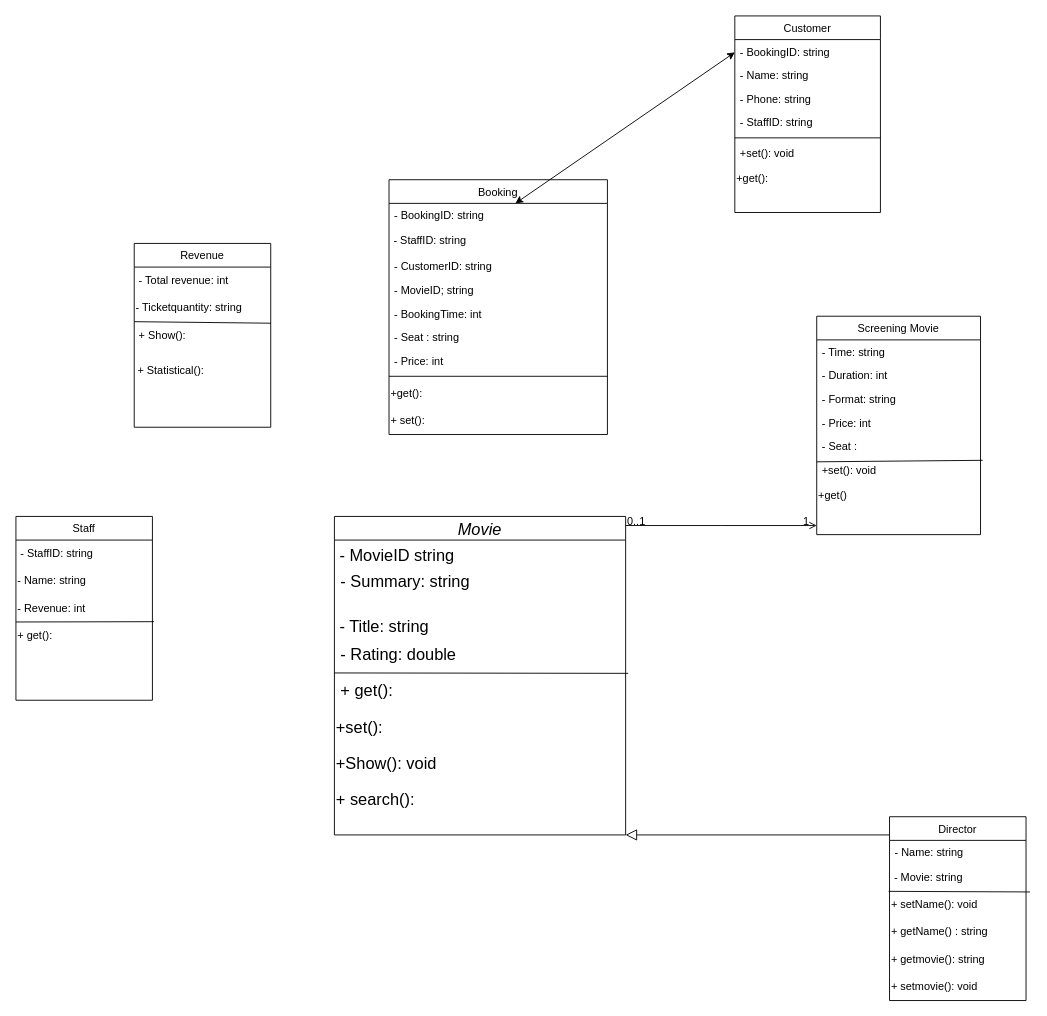
The draw.io diagram class_diagram.drawio in hoangluu18/PBL2_DUT, before the edit. Source tidied: cells renumbered, new cells numbered last; positions are measured from the earlier drawing's top-left corner, leaving out a move shared by most shapes. Both pictures are drawn from the tidied source at 91%, with x=0, y=0 at pixel (15, 15).
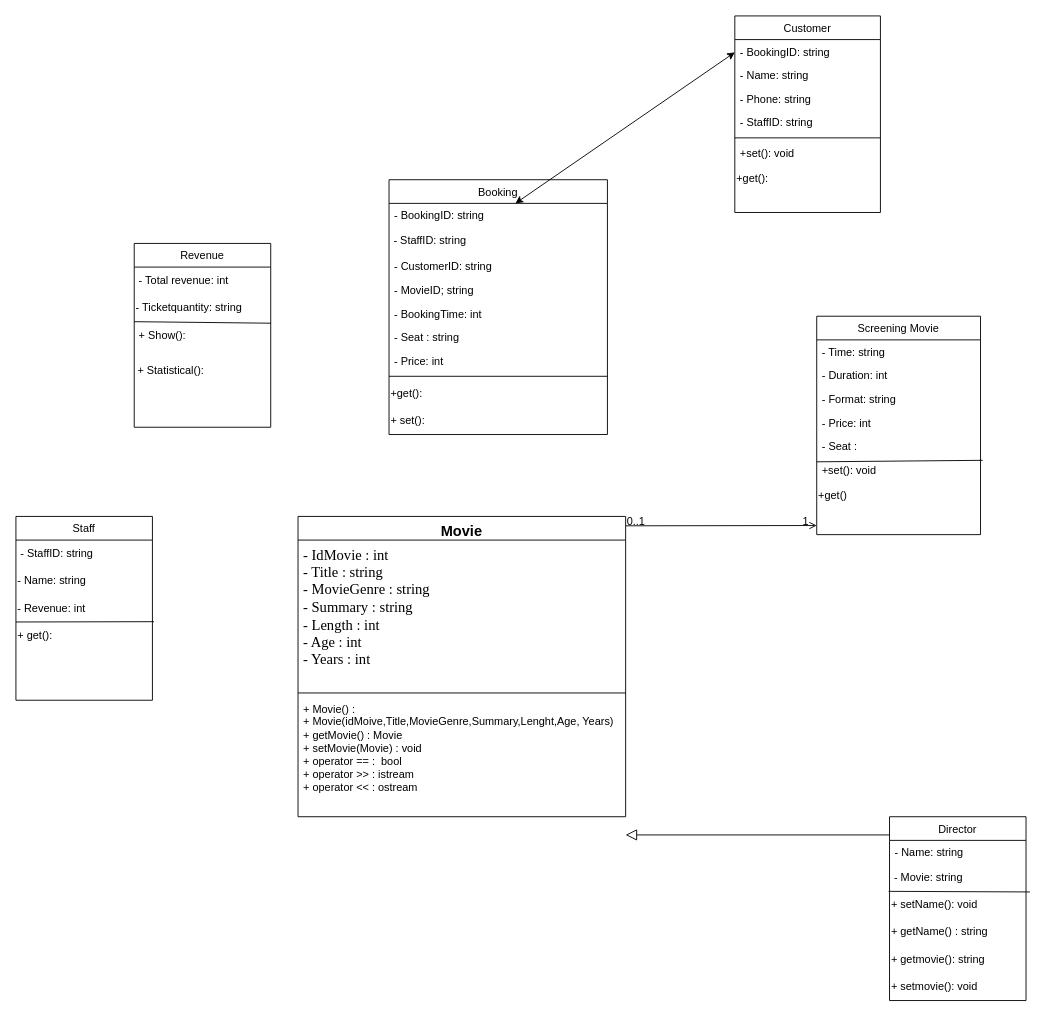
The same page after the edit.

Unchanged cells that the change refers to:
```xml
<mxCell id="12" value="Director" style="swimlane;fontStyle=0;align=center;verticalAlign=top;horizontal=1;startSize=26;rounded=0;shadow=0;strokeWidth=1;" parent="1" vertex="1">
  <mxGeometry x="960" y="880" width="150" height="202" as="geometry" />
</mxCell>
<mxCell id="21" value="Screening Movie" style="swimlane;fontStyle=0;align=center;verticalAlign=top;horizontal=1;startSize=26;rounded=0;shadow=0;strokeWidth=1;" parent="1" vertex="1">
  <mxGeometry x="880" y="330" width="180" height="240" as="geometry" />
</mxCell>
```

Change to the diagram source:
```diff
@@
-    <mxCell id="2" value="Movie" style="swimlane;fontStyle=2;align=center;verticalAlign=middle;horizontal=1;startSize=26;rounded=0;shadow=0;strokeWidth=1;fontSize=18;" parent="1" vertex="1">
-      <mxGeometry x="350" y="550" width="320" height="350" as="geometry" />
-    </mxCell>
-    <mxCell id="3" value="- MovieID string&#10;    " style="text;align=left;verticalAlign=top;spacingLeft=4;spacingRight=4;overflow=hidden;fontSize=18;" parent="2" vertex="1">
-      <mxGeometry y="26" width="320" height="26" as="geometry" />
-    </mxCell>
-    <mxCell id="4" value="&lt;font style=&quot;font-size: 18px;&quot;&gt;&amp;nbsp;- Summary: string&lt;/font&gt;" style="text;html=1;align=left;verticalAlign=middle;strokeColor=none;fillColor=none;" parent="2" vertex="1">
-      <mxGeometry y="52" width="320" height="40" as="geometry" />
-    </mxCell>
-    <mxCell id="5" value="- Title: string" style="text;align=left;verticalAlign=bottom;spacingLeft=4;spacingRight=4;overflow=hidden;rounded=0;shadow=0;html=0;fontSize=18;" parent="2" vertex="1">
-      <mxGeometry y="92" width="320" height="40" as="geometry" />
-    </mxCell>
-    <mxCell id="6" value="&amp;nbsp;- Rating: double" style="text;html=1;align=left;verticalAlign=middle;strokeColor=none;fillColor=none;fontSize=18;" parent="2" vertex="1">
-      <mxGeometry y="132" width="320" height="40" as="geometry" />
-    </mxCell>
-    <mxCell id="7" style="endArrow=none;html=1;rounded=0;entryX=1.009;entryY=0.011;entryDx=0;entryDy=0;entryPerimeter=0;" parent="2" edge="1" target="8">
-      <mxGeometry relative="1" as="geometry">
-        <mxPoint y="172" as="sourcePoint" />
-      </mxGeometry>
-    </mxCell>
-    <mxCell id="8" value="&amp;nbsp;+ get():" style="text;html=1;align=left;verticalAlign=middle;points=[];strokeColor=none;fillColor=none;fontSize=18;" parent="2" vertex="1">
-      <mxGeometry y="172" width="320" height="40" as="geometry" />
-    </mxCell>
-    <mxCell id="9" value="+set():" style="text;html=1;align=left;verticalAlign=middle;strokeColor=none;fillColor=none;fontSize=18;" parent="2" vertex="1">
-      <mxGeometry y="212" width="320" height="40" as="geometry" />
-    </mxCell>
-    <mxCell id="10" value="+Show(): void" style="text;html=1;align=left;verticalAlign=middle;strokeColor=none;fillColor=none;fontSize=18;" parent="2" vertex="1">
-      <mxGeometry y="252" width="320" height="40" as="geometry" />
-    </mxCell>
-    <mxCell id="11" value="+ search():&amp;nbsp;" style="text;html=1;align=left;verticalAlign=middle;strokeColor=none;fillColor=none;fontSize=18;" parent="2" vertex="1">
-      <mxGeometry y="292" width="320" height="40" as="geometry" />
-    </mxCell>
@@
-    <mxCell id="20" style="endArrow=block;endSize=10;endFill=0;shadow=0;strokeWidth=1;rounded=0;edgeStyle=elbowEdgeStyle;elbow=vertical;" parent="1" edge="1" source="12" target="2">
+    <mxCell id="20" style="endArrow=block;endSize=10;endFill=0;shadow=0;strokeWidth=1;rounded=0;edgeStyle=elbowEdgeStyle;elbow=vertical;" parent="1" edge="1" source="12">
       <mxGeometry relative="1" as="geometry">
+        <mxPoint x="670" y="900" as="targetPoint" />
         <Array as="points">
           <mxPoint x="670" y="900" />
         </Array>
       </mxGeometry>
     </mxCell>
@@
-    <mxCell id="30" style="endArrow=open;shadow=0;strokeWidth=1;rounded=0;endFill=1;edgeStyle=elbowEdgeStyle;elbow=vertical;" parent="1" edge="1" source="2" target="21">
+    <mxCell id="30" style="endArrow=open;shadow=0;strokeWidth=1;rounded=0;endFill=1;edgeStyle=elbowEdgeStyle;elbow=vertical;" parent="1" edge="1" target="21">
       <mxGeometry x="0.5" y="41" relative="1" as="geometry">
+        <mxPoint x="670" y="560.3" as="sourcePoint" />
         <mxPoint x="-40" y="32" as="offset" />
       </mxGeometry>
     </mxCell>
@@
+    <mxCell id="2" value="&lt;font style=&quot;font-size: 16px;&quot;&gt;Movie&lt;/font&gt;" style="swimlane;fontStyle=1;align=center;verticalAlign=top;horizontal=1;startSize=26;whiteSpace=wrap;html=1;" parent="1" vertex="1">
+      <mxGeometry x="310" y="550" width="360" height="330" as="geometry" />
+    </mxCell>
+    <mxCell id="65" value="&lt;font style=&quot;font-size: 16px;&quot;&gt;- IdMovie : int&lt;br&gt;- Title : string&lt;br&gt;- MovieGenre : string&lt;br&gt;- Summary : string&lt;br&gt;- Length : int&lt;br&gt;- Age : int&lt;br&gt;- Years : int&lt;br&gt;&lt;/font&gt;" style="text;strokeColor=none;fillColor=none;align=left;verticalAlign=top;spacingLeft=4;spacingRight=4;overflow=hidden;whiteSpace=wrap;html=1;fontFamily=Times New Roman;" parent="2" vertex="1">
+      <mxGeometry y="26" width="360" height="164" as="geometry" />
+    </mxCell>
+    <mxCell id="66" style="line;strokeWidth=1;fillColor=none;align=left;verticalAlign=middle;spacingTop=-1;spacingLeft=3;spacingRight=3;labelPosition=right;strokeColor=inherit;" parent="2" vertex="1">
+      <mxGeometry y="190" width="360" height="8" as="geometry" />
+    </mxCell>
+    <mxCell id="67" value="+ Movie() :&lt;br&gt;+ Movie(idMoive,Title,MovieGenre,Summary,Lenght,Age, Years)&lt;br&gt;+ getMovie() : Movie&lt;br&gt;+ setMovie(Movie) : void&lt;br&gt;+ operator == :&amp;nbsp; bool&lt;br&gt;+ operator &amp;gt;&amp;gt; : istream&lt;br&gt;+ operator &amp;lt;&amp;lt; : ostream" style="text;strokeColor=none;fillColor=none;align=left;verticalAlign=top;spacingLeft=4;spacingRight=4;overflow=hidden;whiteSpace=wrap;html=1;" parent="2" vertex="1">
+      <mxGeometry y="198" width="360" height="132" as="geometry" />
+    </mxCell>
```
